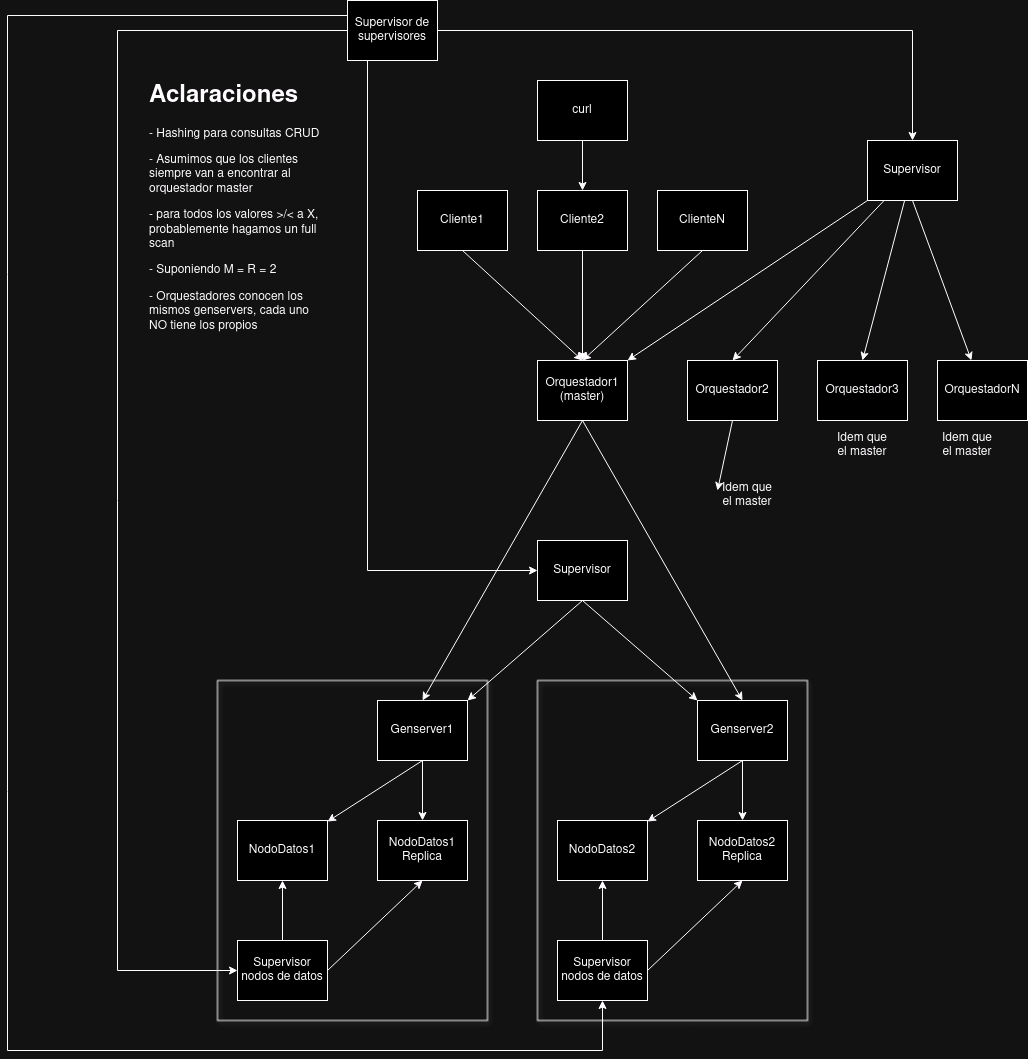
jschuhmann47/tp-iasc keeps this draw.io diagram as DiagramaArquitectura.drawio.png. Above is the earlier version. Source tidied: cells renumbered, new cells last; positions are measured from the earlier drawing's top-left corner, leaving out a move shared by most shapes.
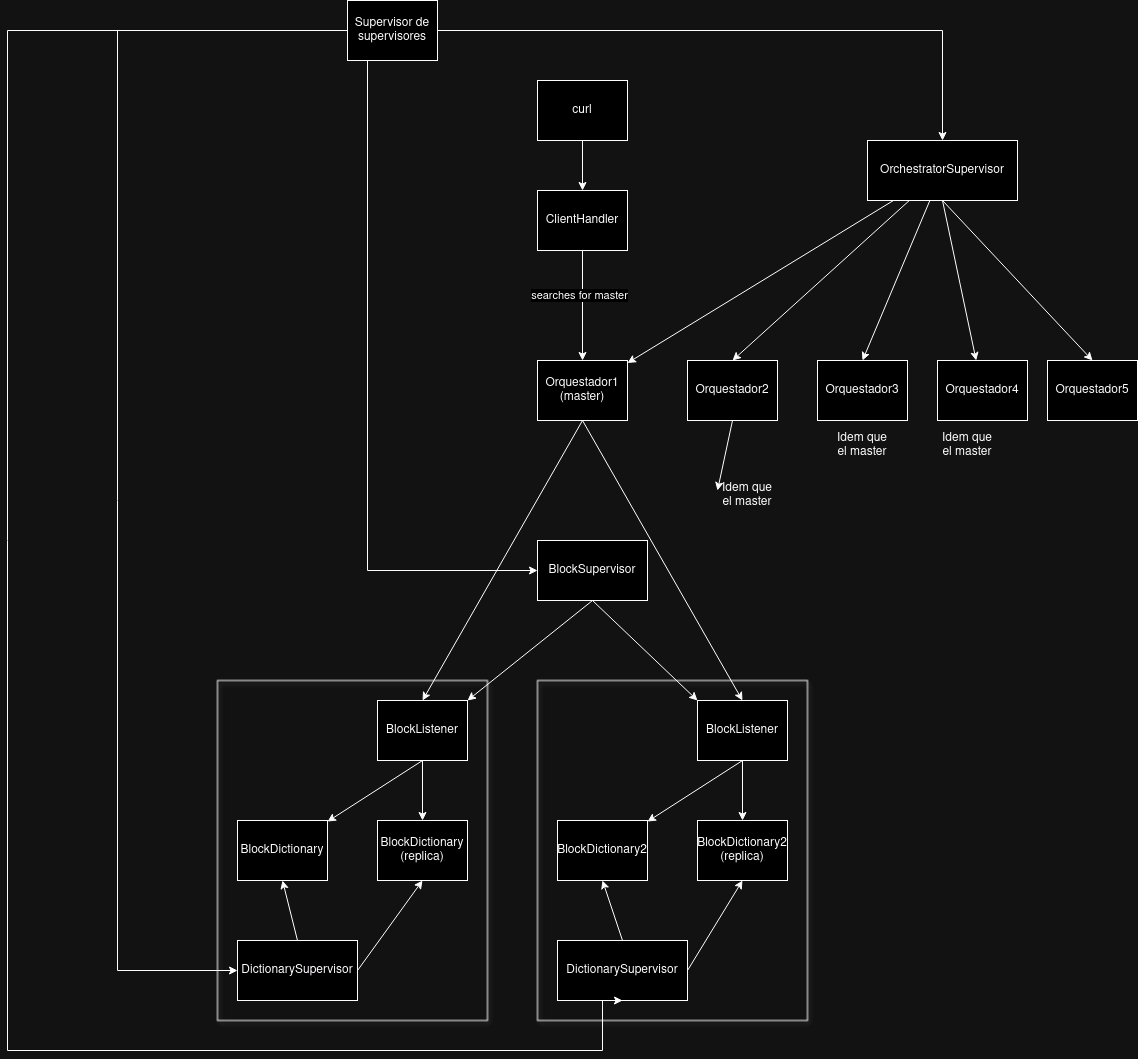
After the commit.

Change to the diagram source:
```diff
@@ -19,34 +19,25 @@
     <mxCell id="6" value="Orquestador2" style="rounded=0;whiteSpace=wrap;html=1;" parent="1" vertex="1">
       <mxGeometry x="680" y="360" width="90" height="60" as="geometry" />
     </mxCell>
-    <mxCell id="7" style="edgeStyle=none;rounded=0;jettySize=auto;html=1;exitX=0.5;exitY=1;exitDx=0;exitDy=0;entryX=0.5;entryY=0;entryDx=0;entryDy=0;" parent="1" edge="1" source="8" target="3">
-      <mxGeometry relative="1" as="geometry" />
-    </mxCell>
-    <mxCell id="8" value="Cliente1" style="rounded=0;whiteSpace=wrap;html=1;" parent="1" vertex="1">
-      <mxGeometry x="410" y="190" width="90" height="60" as="geometry" />
-    </mxCell>
     <mxCell id="9" style="edgeStyle=none;rounded=0;jettySize=auto;html=1;exitX=0.5;exitY=1;exitDx=0;exitDy=0;entryX=0.5;entryY=0;entryDx=0;entryDy=0;" parent="1" edge="1" source="10" target="3">
       <mxGeometry relative="1" as="geometry" />
     </mxCell>
+    <mxCell id="52" value="searches for master" style="edgeLabel;html=1;align=center;verticalAlign=middle;" parent="9" vertex="1">
+      <mxGeometry x="-0.2" y="-4" relative="1" as="geometry" />
+    </mxCell>
-    <mxCell id="10" value="Cliente2" style="rounded=0;whiteSpace=wrap;html=1;" parent="1" vertex="1">
+    <mxCell id="10" value="ClientHandler" style="rounded=0;whiteSpace=wrap;html=1;" parent="1" vertex="1">
       <mxGeometry x="530" y="190" width="90" height="60" as="geometry" />
     </mxCell>
-    <mxCell id="11" style="edgeStyle=none;rounded=0;jettySize=auto;html=1;exitX=0.5;exitY=1;exitDx=0;exitDy=0;entryX=0.5;entryY=0;entryDx=0;entryDy=0;" parent="1" edge="1" source="12" target="3">
-      <mxGeometry relative="1" as="geometry" />
-    </mxCell>
-    <mxCell id="12" value="ClienteN" style="rounded=0;whiteSpace=wrap;html=1;" parent="1" vertex="1">
-      <mxGeometry x="650" y="190" width="90" height="60" as="geometry" />
-    </mxCell>
     <mxCell id="13" value="Orquestador3" style="rounded=0;whiteSpace=wrap;html=1;" parent="1" vertex="1">
       <mxGeometry x="810" y="360" width="90" height="60" as="geometry" />
     </mxCell>
     <mxCell id="14" style="rounded=0;whiteSpace=wrap;html=1;shadow=1;fillColor=none;" parent="1" vertex="1">
       <mxGeometry x="210" y="680" width="270" height="340" as="geometry" />
     </mxCell>
-    <mxCell id="15" value="NodoDatos1" style="rounded=0;whiteSpace=wrap;html=1;" parent="1" vertex="1">
+    <mxCell id="15" value="BlockDictionary" style="rounded=0;whiteSpace=wrap;html=1;" parent="1" vertex="1">
       <mxGeometry x="230" y="820" width="90" height="60" as="geometry" />
     </mxCell>
-    <mxCell id="16" value="&lt;div&gt;NodoDatos1&lt;/div&gt;&lt;div&gt;Replica&lt;/div&gt;" style="rounded=0;whiteSpace=wrap;html=1;" parent="1" vertex="1">
+    <mxCell id="16" value="BlockDictionary (replica)" style="rounded=0;whiteSpace=wrap;html=1;" parent="1" vertex="1">
       <mxGeometry x="370" y="820" width="90" height="60" as="geometry" />
     </mxCell>
     <mxCell id="17" style="edgeStyle=none;rounded=0;jettySize=auto;html=1;exitX=0.5;exitY=1;exitDx=0;exitDy=0;" parent="1" edge="1" source="19" target="15">
@@ -55,19 +46,19 @@
     <mxCell id="18" style="edgeStyle=none;rounded=0;jettySize=auto;html=1;exitX=0.5;exitY=1;exitDx=0;exitDy=0;entryX=0.5;entryY=0;entryDx=0;entryDy=0;" parent="1" edge="1" source="19" target="16">
       <mxGeometry relative="1" as="geometry" />
     </mxCell>
-    <mxCell id="19" value="Genserver1" style="rounded=0;whiteSpace=wrap;html=1;" parent="1" vertex="1">
+    <mxCell id="19" value="BlockListener" style="rounded=0;whiteSpace=wrap;html=1;" parent="1" vertex="1">
       <mxGeometry x="370" y="700" width="90" height="60" as="geometry" />
     </mxCell>
     <mxCell id="20" style="edgeStyle=none;rounded=0;jettySize=auto;html=1;exitX=0.5;exitY=0;exitDx=0;exitDy=0;entryX=0.5;entryY=1;entryDx=0;entryDy=0;" parent="1" edge="1" source="21" target="15">
       <mxGeometry relative="1" as="geometry" />
     </mxCell>
-    <mxCell id="21" value="Supervisor nodos de datos" style="rounded=0;whiteSpace=wrap;html=1;" parent="1" vertex="1">
-      <mxGeometry x="230" y="940" width="90" height="60" as="geometry" />
+    <mxCell id="21" value="DictionarySupervisor" style="rounded=0;whiteSpace=wrap;html=1;" parent="1" vertex="1">
+      <mxGeometry x="230" y="940" width="120" height="60" as="geometry" />
     </mxCell>
     <mxCell id="22" style="endArrow=classic;html=1;rounded=0;entryX=0.5;entryY=1;entryDx=0;entryDy=0;exitX=1;exitY=0.5;exitDx=0;exitDy=0;" parent="1" edge="1" source="21" target="16">
       <mxGeometry relative="1" as="geometry" />
     </mxCell>
-    <mxCell id="23" value="OrquestadorN" style="rounded=0;whiteSpace=wrap;html=1;" parent="1" vertex="1">
+    <mxCell id="23" value="Orquestador4" style="rounded=0;whiteSpace=wrap;html=1;" parent="1" vertex="1">
       <mxGeometry x="930" y="360" width="90" height="60" as="geometry" />
     </mxCell>
     <mxCell id="24" style="edgeStyle=none;rounded=0;jettySize=auto;html=1;exitX=0.5;exitY=1;exitDx=0;exitDy=0;entryX=0.5;entryY=0;entryDx=0;entryDy=0;" parent="1" edge="1" source="25" target="10">
@@ -82,16 +73,16 @@
     <mxCell id="27" style="edgeStyle=none;rounded=0;jettySize=auto;html=1;exitX=0.5;exitY=1;exitDx=0;exitDy=0;entryX=0;entryY=0;entryDx=0;entryDy=0;" parent="1" edge="1" source="28" target="34">
       <mxGeometry relative="1" as="geometry" />
     </mxCell>
-    <mxCell id="28" value="Supervisor" style="rounded=0;whiteSpace=wrap;html=1;" parent="1" vertex="1">
-      <mxGeometry x="530" y="540" width="90" height="60" as="geometry" />
+    <mxCell id="28" value="&lt;div&gt;BlockSupervisor&lt;/div&gt;" style="rounded=0;whiteSpace=wrap;html=1;" parent="1" vertex="1">
+      <mxGeometry x="530" y="540" width="110" height="60" as="geometry" />
     </mxCell>
     <mxCell id="29" style="rounded=0;whiteSpace=wrap;html=1;shadow=1;fillColor=none;" parent="1" vertex="1">
       <mxGeometry x="530" y="680" width="270" height="340" as="geometry" />
     </mxCell>
-    <mxCell id="30" value="NodoDatos2" style="rounded=0;whiteSpace=wrap;html=1;" parent="1" vertex="1">
+    <mxCell id="30" value="BlockDictionary2" style="rounded=0;whiteSpace=wrap;html=1;" parent="1" vertex="1">
       <mxGeometry x="550" y="820" width="90" height="60" as="geometry" />
     </mxCell>
-    <mxCell id="31" value="&lt;div&gt;NodoDatos2&lt;/div&gt;&lt;div&gt;Replica&lt;/div&gt;" style="rounded=0;whiteSpace=wrap;html=1;" parent="1" vertex="1">
+    <mxCell id="31" value="BlockDictionary2 (replica)" style="rounded=0;whiteSpace=wrap;html=1;" parent="1" vertex="1">
       <mxGeometry x="690" y="820" width="90" height="60" as="geometry" />
     </mxCell>
     <mxCell id="32" style="edgeStyle=none;rounded=0;jettySize=auto;html=1;exitX=0.5;exitY=1;exitDx=0;exitDy=0;" parent="1" edge="1" source="34" target="30">
@@ -100,14 +91,14 @@
     <mxCell id="33" style="edgeStyle=none;rounded=0;jettySize=auto;html=1;exitX=0.5;exitY=1;exitDx=0;exitDy=0;entryX=0.5;entryY=0;entryDx=0;entryDy=0;" parent="1" edge="1" source="34" target="31">
       <mxGeometry relative="1" as="geometry" />
     </mxCell>
-    <mxCell id="34" value="Genserver2" style="rounded=0;whiteSpace=wrap;html=1;" parent="1" vertex="1">
+    <mxCell id="34" value="BlockListener" style="rounded=0;whiteSpace=wrap;html=1;" parent="1" vertex="1">
       <mxGeometry x="690" y="700" width="90" height="60" as="geometry" />
     </mxCell>
     <mxCell id="35" style="edgeStyle=none;rounded=0;jettySize=auto;html=1;exitX=0.5;exitY=0;exitDx=0;exitDy=0;entryX=0.5;entryY=1;entryDx=0;entryDy=0;" parent="1" edge="1" source="36" target="30">
       <mxGeometry relative="1" as="geometry" />
     </mxCell>
-    <mxCell id="36" value="Supervisor nodos de datos" style="rounded=0;whiteSpace=wrap;html=1;" parent="1" vertex="1">
-      <mxGeometry x="550" y="940" width="90" height="60" as="geometry" />
+    <mxCell id="36" value="DictionarySupervisor" style="rounded=0;whiteSpace=wrap;html=1;" parent="1" vertex="1">
+      <mxGeometry x="550" y="940" width="130" height="60" as="geometry" />
     </mxCell>
     <mxCell id="37" style="endArrow=classic;html=1;rounded=0;entryX=0.5;entryY=1;entryDx=0;entryDy=0;exitX=1;exitY=0.5;exitDx=0;exitDy=0;" parent="1" edge="1" source="36" target="31">
       <mxGeometry relative="1" as="geometry" />
@@ -121,8 +112,11 @@
     <mxCell id="40" style="rounded=0;jettySize=auto;html=1;entryX=0.5;entryY=0;entryDx=0;entryDy=0;" parent="1" edge="1" source="41" target="13">
       <mxGeometry relative="1" as="geometry" />
     </mxCell>
+    <mxCell id="53" style="rounded=0;jettySize=auto;html=1;exitX=0.5;exitY=1;exitDx=0;exitDy=0;entryX=0.5;entryY=0;entryDx=0;entryDy=0;" parent="1" edge="1" source="41" target="54">
+      <mxGeometry relative="1" as="geometry" />
+    </mxCell>
-    <mxCell id="41" value="Supervisor" style="rounded=0;whiteSpace=wrap;html=1;" parent="1" vertex="1">
-      <mxGeometry x="860" y="140" width="90" height="60" as="geometry" />
+    <mxCell id="41" value="OrchestratorSupervisor" style="rounded=0;whiteSpace=wrap;html=1;" parent="1" vertex="1">
+      <mxGeometry x="860" y="140" width="150" height="60" as="geometry" />
     </mxCell>
     <mxCell id="42" style="edgeStyle=orthogonalEdgeStyle;rounded=0;jettySize=auto;html=1;entryX=0.5;entryY=0;entryDx=0;entryDy=0;" parent="1" edge="1" source="46" target="41">
       <mxGeometry relative="1" as="geometry" />
@@ -145,7 +139,8 @@
     <mxCell id="45" style="edgeStyle=orthogonalEdgeStyle;rounded=0;jettySize=auto;html=1;exitX=0;exitY=0.25;exitDx=0;exitDy=0;entryX=0.5;entryY=1;entryDx=0;entryDy=0;" parent="1" edge="1" source="46" target="36">
       <mxGeometry relative="1" as="geometry">
         <Array as="points">
-          <mxPoint y="15" />
+          <mxPoint x="340" y="30" />
+          <mxPoint y="30" />
           <mxPoint y="1050" />
           <mxPoint x="595" y="1050" />
         </Array>
@@ -166,8 +161,8 @@
     <mxCell id="50" value="Idem que el master" style="text;html=1;align=center;verticalAlign=middle;whiteSpace=wrap;rounded=0;" parent="1" vertex="1">
       <mxGeometry x="930" y="430" width="60" height="30" as="geometry" />
     </mxCell>
-    <mxCell id="51" value="&lt;h1 style=&quot;margin-top: 0px;&quot;&gt;Aclaraciones&lt;/h1&gt;&lt;p&gt;- Hashing para consultas CRUD&lt;/p&gt;&lt;p&gt;- Asumimos que los clientes siempre van a encontrar al orquestador master&lt;/p&gt;&lt;p&gt;- para todos los valores &amp;gt;/&amp;lt; a X, probablemente hagamos un full scan&lt;/p&gt;&lt;p&gt;- Suponiendo M = R = 2&lt;/p&gt;&lt;p&gt;- Orquestadores conocen los mismos genservers, cada uno NO tiene los propios&lt;/p&gt;" style="text;html=1;whiteSpace=wrap;overflow=hidden;rounded=0;" parent="1" vertex="1">
-      <mxGeometry x="140" y="75" width="180" height="290" as="geometry" />
-    </mxCell>
+    <mxCell id="54" value="Orquestador5" style="rounded=0;whiteSpace=wrap;html=1;" parent="1" vertex="1">
+      <mxGeometry x="1040" y="360" width="90" height="60" as="geometry" />
+    </mxCell>
   </root>
 </mxGraphModel>
```
